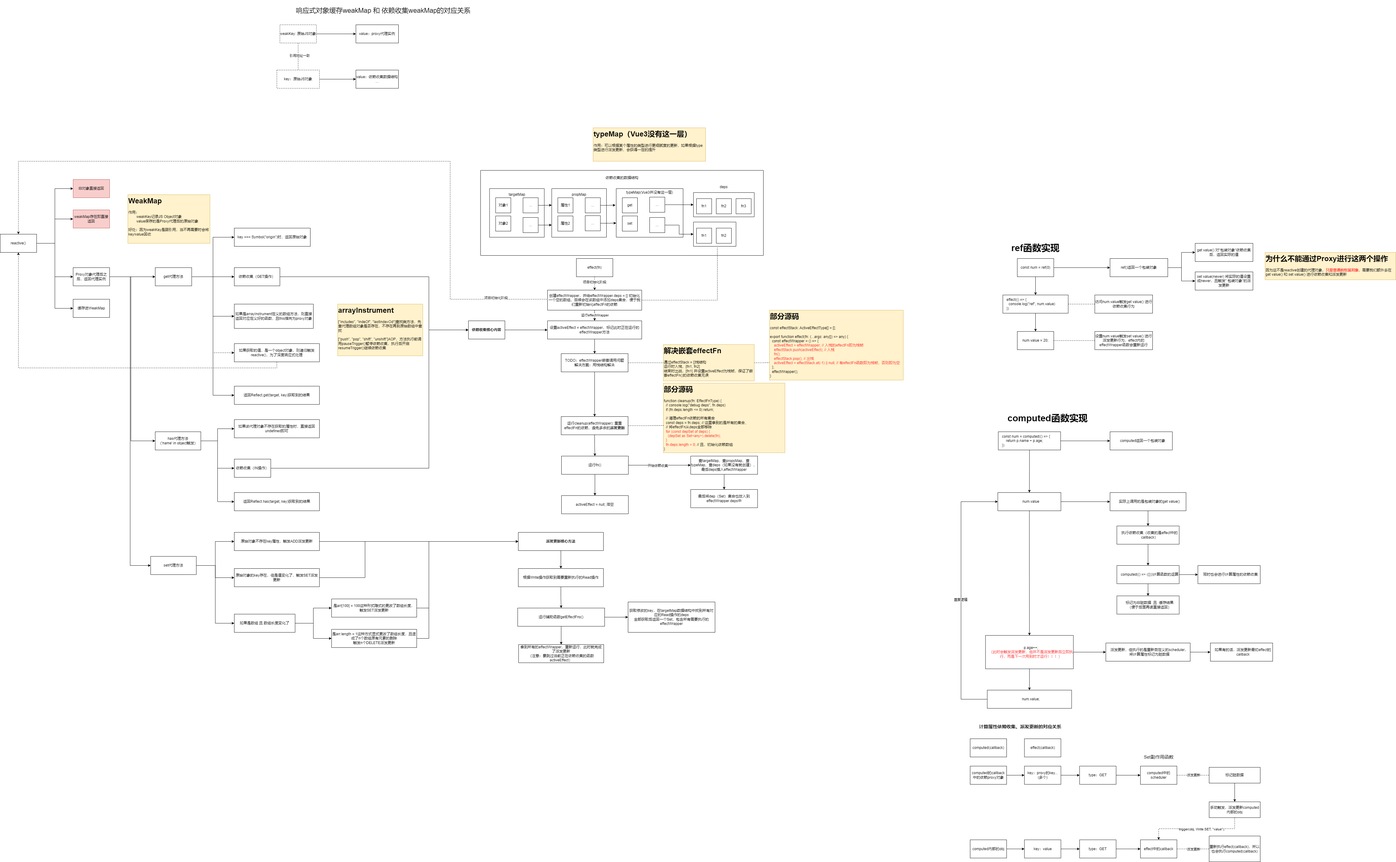
Earlier version of the draw.io export Vue3响应式源码实现(渡一).drawio.png (JYbill/draw). Source tidied: cells renumbered, new cells last; positions are measured from the earlier drawing's top-left corner, leaving out a move shared by most shapes.
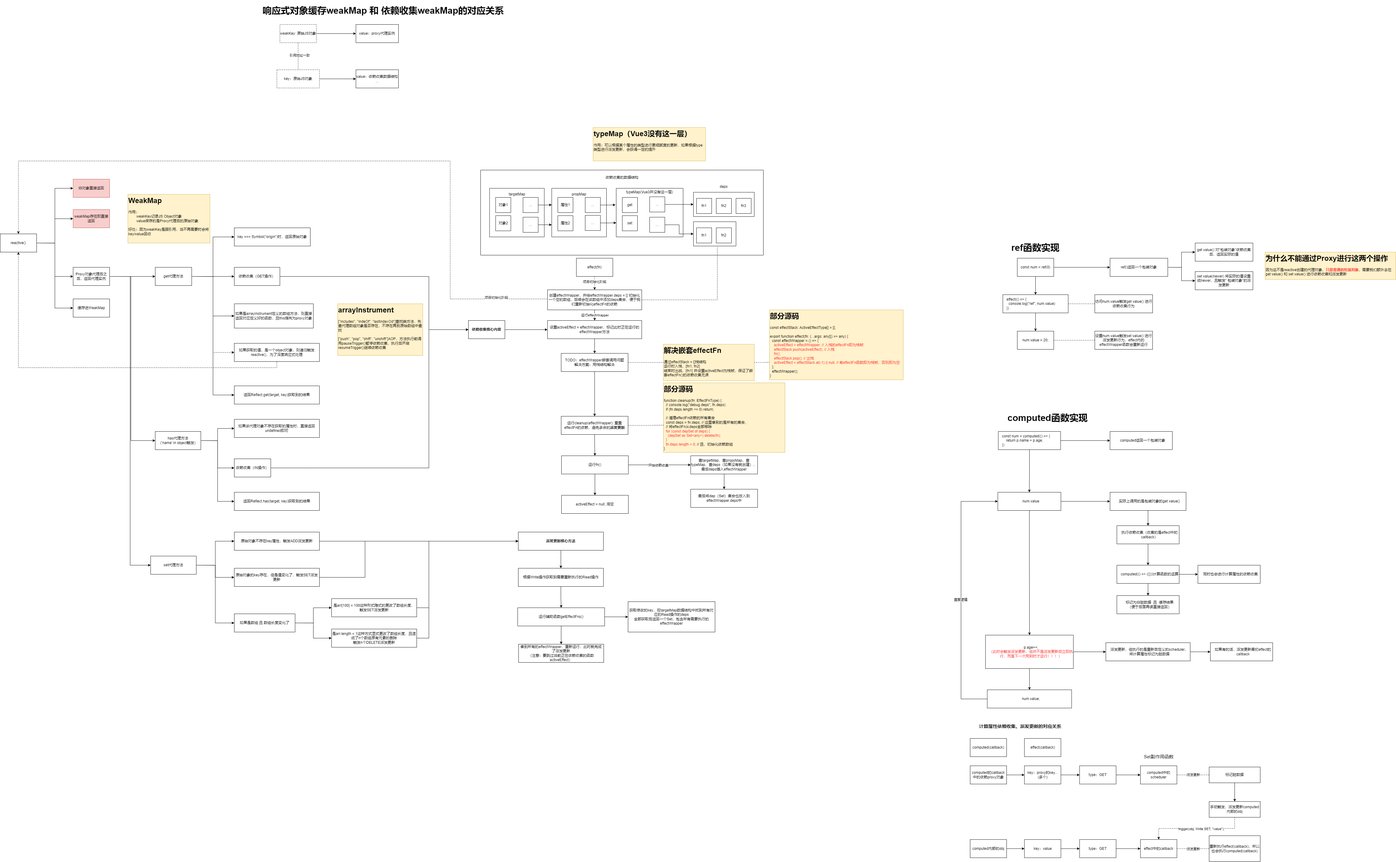
Later version of the same file.

Commit message:
更新Vue3响应式源码实现(渡一).drawio.png

Diff of the diagram source:
```diff
@@ -353,7 +353,7 @@
     <mxCell id="104" value="设置activeEffect = effectWrapper，标记此时正在运行的effectWrapper方法" style="rounded=0;whiteSpace=wrap;html=1;" parent="1" vertex="1">
       <mxGeometry x="1800" y="1055" width="310" height="60" as="geometry" />
     </mxCell>
-    <mxCell id="105" value="响应式对象缓存weakMap 和 依赖收集weakMap的对应关系" style="text;html=1;align=center;verticalAlign=middle;whiteSpace=wrap;rounded=0;fontSize=22;" parent="1" vertex="1">
+    <mxCell id="105" value="&lt;font style=&quot;font-size: 30px;&quot;&gt;&lt;b&gt;响应式对象缓存weakMap 和 依赖收集weakMap的对应关系&lt;/b&gt;&lt;/font&gt;" style="text;html=1;align=center;verticalAlign=middle;whiteSpace=wrap;rounded=0;fontSize=22;" parent="1" vertex="1">
       <mxGeometry x="840" width="840" height="70" as="geometry" />
     </mxCell>
     <mxCell id="106" style="edgeStyle=orthogonalEdgeStyle;rounded=0;jettySize=auto;html=1;exitX=1;exitY=0.5;exitDx=0;exitDy=0;entryX=0;entryY=0.5;entryDx=0;entryDy=0;" parent="1" edge="1" source="109" target="110">
```
